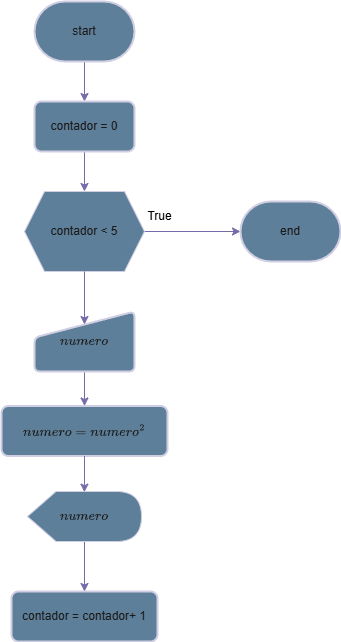
Before: Parte-3/atividade1.png, a diagram exported from draw.io (kf-martins-uel/algoritmos-atividade1). Source tidied: cells renumbered, new cells last; positions are measured from the earlier drawing's top-left corner, leaving out a move shared by most shapes. Its diagram source:
```xml
<mxGraphModel math="1">
  <root>
    <mxCell id="0" />
    <mxCell id="1" parent="0" />
    <mxCell id="2" style="edgeStyle=orthogonalEdgeStyle;rounded=0;jettySize=auto;html=1;entryX=0.5;entryY=0;entryDx=0;entryDy=0;labelBackgroundColor=none;strokeColor=#736CA8;fontColor=default;" parent="1" edge="1" source="3" target="5">
      <mxGeometry relative="1" as="geometry" />
    </mxCell>
    <mxCell id="3" value="start" style="strokeWidth=2;html=1;shape=mxgraph.flowchart.terminator;whiteSpace=wrap;labelBackgroundColor=none;fillColor=#5D7F99;strokeColor=#D0CEE2;fontColor=#1A1A1A;" parent="1" vertex="1">
      <mxGeometry x="33" width="100" height="60" as="geometry" />
    </mxCell>
    <mxCell id="4" style="edgeStyle=orthogonalEdgeStyle;rounded=0;jettySize=auto;html=1;entryX=0.5;entryY=0;entryDx=0;entryDy=0;labelBackgroundColor=none;strokeColor=#736CA8;fontColor=default;" parent="1" edge="1" source="5" target="7">
      <mxGeometry relative="1" as="geometry" />
    </mxCell>
    <mxCell id="5" value="contador = 0" style="rounded=1;whiteSpace=wrap;html=1;absoluteArcSize=1;arcSize=14;strokeWidth=2;labelBackgroundColor=none;fillColor=#5D7F99;strokeColor=#D0CEE2;fontColor=#1A1A1A;" parent="1" vertex="1">
      <mxGeometry x="33" y="100" width="100" height="50" as="geometry" />
    </mxCell>
    <mxCell id="6" style="edgeStyle=orthogonalEdgeStyle;rounded=0;jettySize=auto;html=1;labelBackgroundColor=none;strokeColor=#736CA8;fontColor=default;" parent="1" edge="1" source="7" target="16">
      <mxGeometry relative="1" as="geometry" />
    </mxCell>
    <mxCell id="7" value="contador&amp;nbsp;&amp;lt; 5" style="shape=hexagon;perimeter=hexagonPerimeter2;whiteSpace=wrap;html=1;fixedSize=1;labelBackgroundColor=none;fillColor=#5D7F99;strokeColor=#D0CEE2;fontColor=#1A1A1A;" parent="1" vertex="1">
      <mxGeometry x="23" y="190" width="120" height="80" as="geometry" />
    </mxCell>
    <mxCell id="8" value="contador = contador+ 1" style="rounded=1;whiteSpace=wrap;html=1;absoluteArcSize=1;arcSize=14;strokeWidth=2;labelBackgroundColor=none;fillColor=#5D7F99;strokeColor=#D0CEE2;fontColor=#1A1A1A;" parent="1" vertex="1">
      <mxGeometry x="10" y="590" width="146" height="50" as="geometry" />
    </mxCell>
    <mxCell id="9" style="edgeStyle=orthogonalEdgeStyle;rounded=0;jettySize=auto;html=1;entryX=0.5;entryY=0;entryDx=0;entryDy=0;labelBackgroundColor=none;strokeColor=#736CA8;fontColor=default;" parent="1" edge="1" source="10" target="12">
      <mxGeometry relative="1" as="geometry" />
    </mxCell>
    <mxCell id="10" value="$$numero$$" style="html=1;strokeWidth=2;shape=manualInput;whiteSpace=wrap;rounded=1;size=26;arcSize=11;labelBackgroundColor=none;fillColor=#5D7F99;strokeColor=#D0CEE2;fontColor=#1A1A1A;" parent="1" vertex="1">
      <mxGeometry x="33" y="310" width="100" height="60" as="geometry" />
    </mxCell>
    <mxCell id="11" style="edgeStyle=orthogonalEdgeStyle;rounded=0;jettySize=auto;html=1;entryX=0.5;entryY=0.217;entryDx=0;entryDy=0;entryPerimeter=0;labelBackgroundColor=none;strokeColor=#736CA8;fontColor=default;" parent="1" edge="1" source="7" target="10">
      <mxGeometry relative="1" as="geometry" />
    </mxCell>
    <mxCell id="12" value="$$numero = numero^2$$" style="rounded=1;whiteSpace=wrap;html=1;absoluteArcSize=1;arcSize=14;strokeWidth=2;labelBackgroundColor=none;fillColor=#5D7F99;strokeColor=#D0CEE2;fontColor=#1A1A1A;" parent="1" vertex="1">
      <mxGeometry y="404.5" width="166" height="50" as="geometry" />
    </mxCell>
    <mxCell id="13" style="edgeStyle=orthogonalEdgeStyle;rounded=0;jettySize=auto;html=1;entryX=0.5;entryY=0;entryDx=0;entryDy=0;labelBackgroundColor=none;strokeColor=#736CA8;fontColor=default;" parent="1" edge="1" source="14" target="8">
      <mxGeometry relative="1" as="geometry" />
    </mxCell>
    <mxCell id="14" value="$$numero$$" style="shape=display;whiteSpace=wrap;html=1;labelBackgroundColor=none;fillColor=#5D7F99;strokeColor=#D0CEE2;fontColor=#1A1A1A;" parent="1" vertex="1">
      <mxGeometry x="26" y="490" width="114" height="50" as="geometry" />
    </mxCell>
    <mxCell id="15" style="edgeStyle=orthogonalEdgeStyle;rounded=0;jettySize=auto;html=1;entryX=0.499;entryY=0.013;entryDx=0;entryDy=0;entryPerimeter=0;labelBackgroundColor=none;strokeColor=#736CA8;fontColor=default;" parent="1" edge="1" source="12" target="14">
      <mxGeometry relative="1" as="geometry" />
    </mxCell>
    <mxCell id="16" value="end" style="strokeWidth=2;html=1;shape=mxgraph.flowchart.terminator;whiteSpace=wrap;labelBackgroundColor=none;fillColor=#5D7F99;strokeColor=#D0CEE2;fontColor=#1A1A1A;" parent="1" vertex="1">
      <mxGeometry x="239" y="200" width="100" height="60" as="geometry" />
    </mxCell>
    <mxCell id="17" value="&lt;font style=&quot;color: light-dark(rgb(0, 0, 0), rgb(50, 255, 0));&quot;&gt;True&lt;/font&gt;" style="text;html=1;align=center;verticalAlign=middle;strokeColor=none;fillColor=none;fontColor=#1A1A1A;" parent="1" vertex="1">
      <mxGeometry x="133" y="200" width="50" height="30" as="geometry" />
    </mxCell>
  </root>
</mxGraphModel>
```
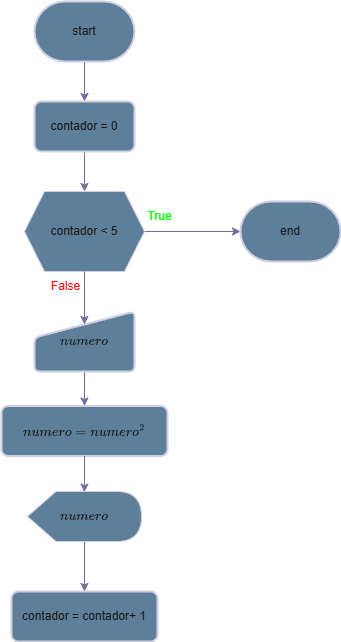
After the change.

Change to the diagram source:
```diff
@@ -47,8 +47,11 @@
     <mxCell id="16" value="end" style="strokeWidth=2;html=1;shape=mxgraph.flowchart.terminator;whiteSpace=wrap;labelBackgroundColor=none;fillColor=#5D7F99;strokeColor=#D0CEE2;fontColor=#1A1A1A;" parent="1" vertex="1">
       <mxGeometry x="239" y="200" width="100" height="60" as="geometry" />
     </mxCell>
-    <mxCell id="17" value="&lt;font style=&quot;color: light-dark(rgb(0, 0, 0), rgb(50, 255, 0));&quot;&gt;True&lt;/font&gt;" style="text;html=1;align=center;verticalAlign=middle;strokeColor=none;fillColor=none;fontColor=#1A1A1A;" parent="1" vertex="1">
+    <mxCell id="17" value="&lt;font style=&quot;&quot;&gt;True&lt;/font&gt;" style="text;html=1;align=center;verticalAlign=middle;strokeColor=none;fillColor=none;fontColor=light-dark(#00FF00,#00FF00);" parent="1" vertex="1">
       <mxGeometry x="133" y="200" width="50" height="30" as="geometry" />
     </mxCell>
+    <mxCell id="18" value="&lt;font style=&quot;color: light-dark(rgb(255, 0, 0), rgb(255, 0, 0));&quot;&gt;False&lt;/font&gt;" style="text;html=1;align=center;verticalAlign=middle;strokeColor=none;fillColor=none;fontColor=#1A1A1A;" parent="1" vertex="1">
+      <mxGeometry x="39" y="270" width="50" height="30" as="geometry" />
+    </mxCell>
   </root>
 </mxGraphModel>
```
